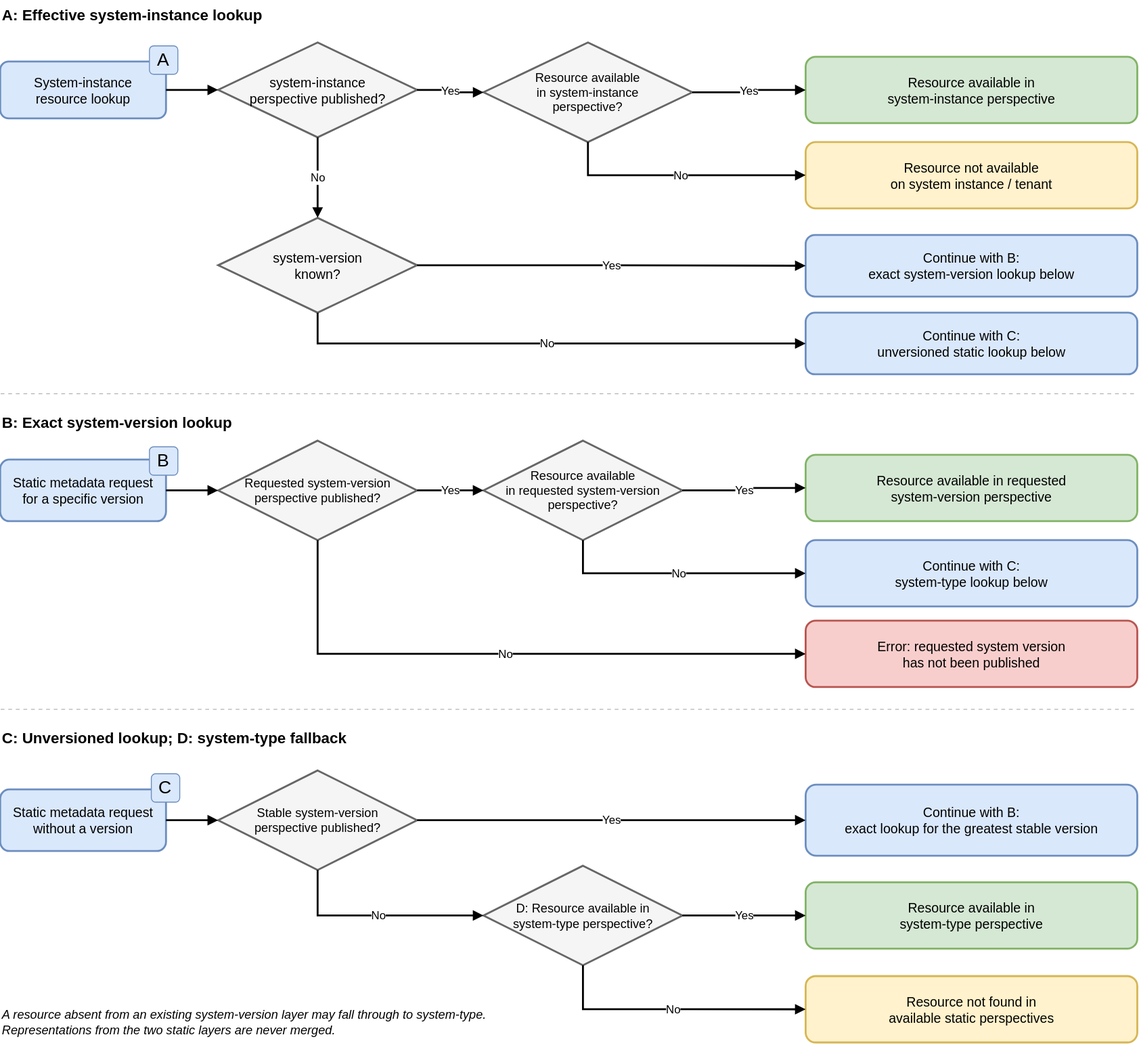
This is static/img/perspective-resolution.drawio.svg from open-resource-discovery/specification, a draw.io export, as it was before one commit. Source tidied: cells renumbered, new cells last; positions are measured from the earlier drawing's top-left corner, leaving out a move shared by most shapes.
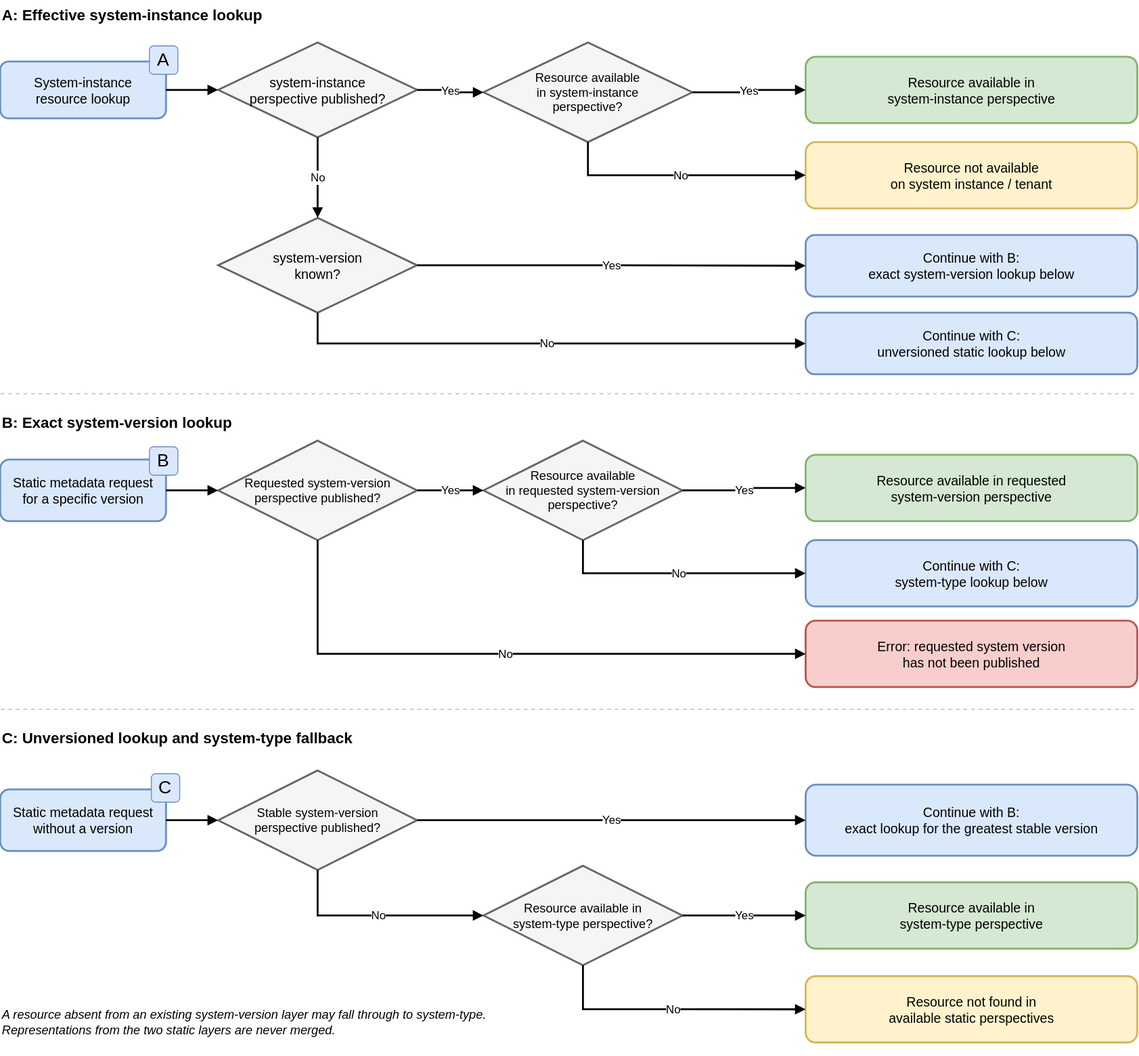
After the change.

Commit message:
docs: align perspective requirements

What changed in the source:
```diff
@@ -96,7 +96,7 @@
     <mxCell id="31" style="shape=line;strokeColor=#b3b3b3;dashed=1;dashPattern=4 4;" parent="1" vertex="1">
       <mxGeometry y="743" width="1200" height="10" as="geometry" />
     </mxCell>
-    <mxCell id="32" value="C: Unversioned lookup; D: system-type fallback" style="text;html=1;strokeColor=none;fillColor=none;align=left;verticalAlign=middle;fontStyle=1;fontSize=16;" parent="1" vertex="1">
+    <mxCell id="32" value="C: Unversioned lookup and system-type fallback" style="text;html=1;strokeColor=none;fillColor=none;align=left;verticalAlign=middle;fontStyle=1;fontSize=16;" parent="1" vertex="1">
       <mxGeometry y="763" width="500" height="30" as="geometry" />
     </mxCell>
     <mxCell id="33" value="Static metadata request&lt;br&gt;without a version" style="rounded=1;whiteSpace=wrap;html=1;fillColor=#dae8fc;strokeColor=#6c8ebf;strokeWidth=2;fontSize=14;" parent="1" vertex="1">
@@ -108,7 +108,7 @@
     <mxCell id="35" value="Continue with B:&lt;br&gt;exact lookup for the greatest stable version" style="rounded=1;whiteSpace=wrap;html=1;fillColor=#dae8fc;strokeColor=#6c8ebf;strokeWidth=2;fontSize=14;" parent="1" vertex="1">
       <mxGeometry x="850" y="828" width="350" height="75" as="geometry" />
     </mxCell>
-    <mxCell id="36" value="D: Resource available in&lt;br&gt;system-type perspective?" style="rhombus;whiteSpace=wrap;html=1;fillColor=#f5f5f5;strokeColor=#666666;strokeWidth=2;fontSize=13;" parent="1" vertex="1">
+    <mxCell id="36" value="Resource available in&lt;br&gt;system-type perspective?" style="rhombus;whiteSpace=wrap;html=1;fillColor=#f5f5f5;strokeColor=#666666;strokeWidth=2;fontSize=13;" parent="1" vertex="1">
       <mxGeometry x="510" y="913.5" width="210" height="105" as="geometry" />
     </mxCell>
     <mxCell id="37" value="Resource available in&lt;br&gt;system-type perspective" style="rounded=1;whiteSpace=wrap;html=1;fillColor=#d5e8d4;strokeColor=#82b366;strokeWidth=2;fontSize=14;" parent="1" vertex="1">
```
